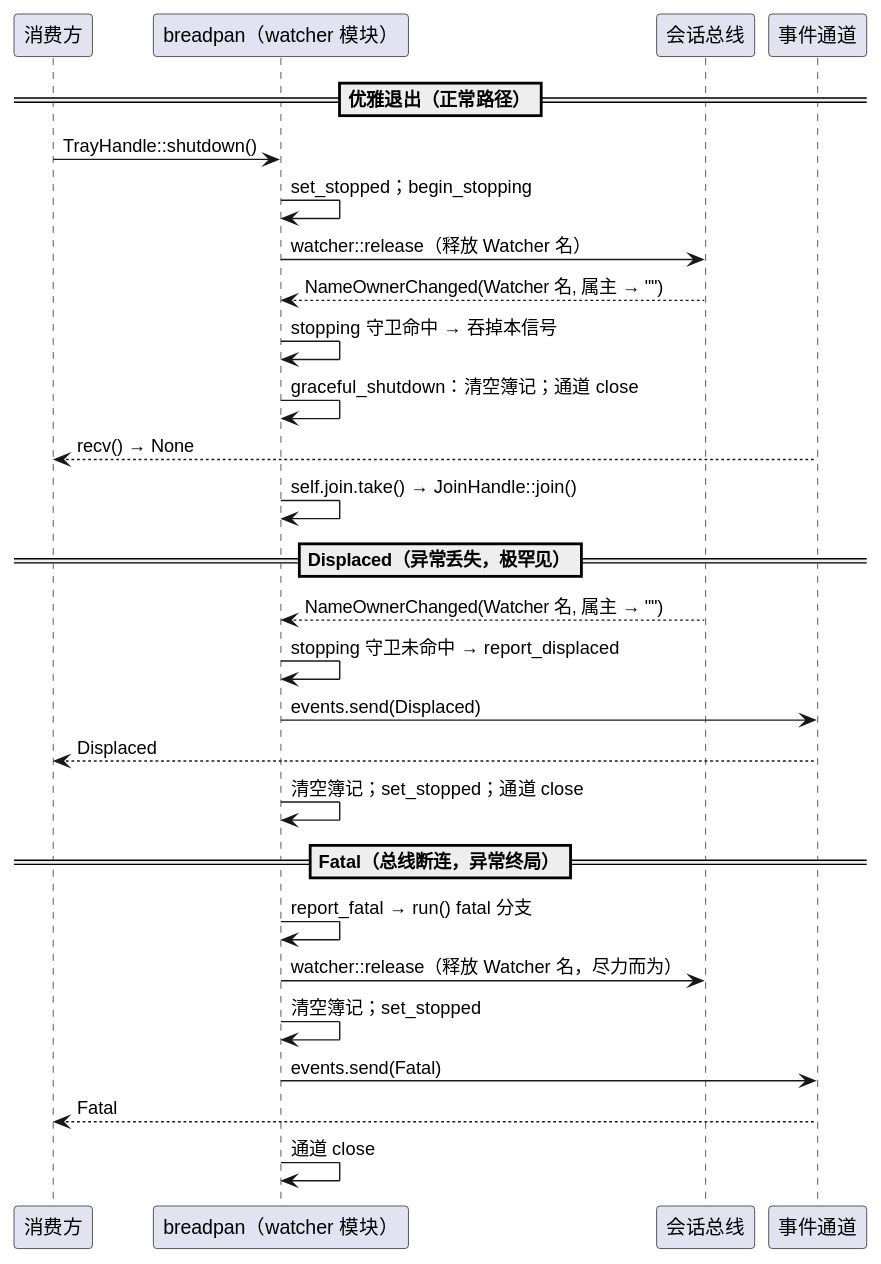
Earlier version of the PlantUML export breadpan/diagram/breadpan-stop.svg (54m43lJ/BreadKnife).
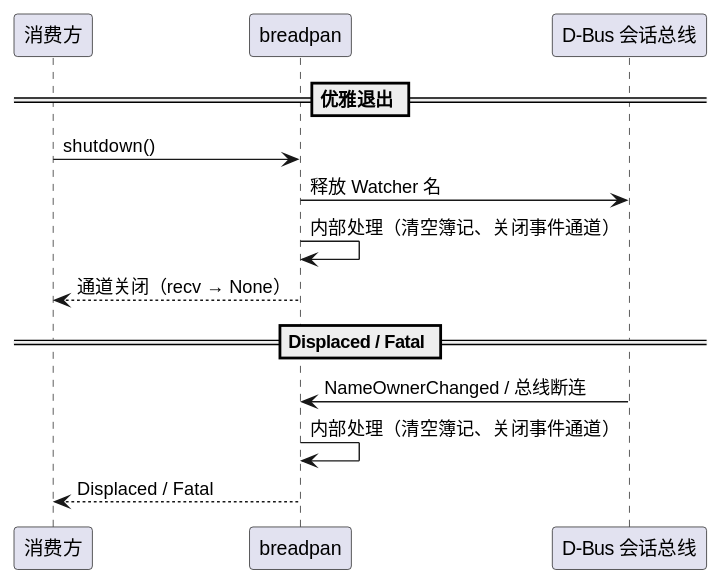
After the change.

The edit, as a diff of the source:
```diff
@@ -1,31 +1,16 @@
 @startuml
-participant "消费方" as app
-participant "breadpan（watcher 模块）" as bp
-participant "会话总线" as bus
-participant "事件通道" as ch
+participant 消费方
+participant breadpan
+participant "D-Bus 会话总线" as bus
 
-== 优雅退出（正常路径）==
-app -> bp: TrayHandle::shutdown()
-bp -> bp: set_stopped；begin_stopping
-bp -> bus: watcher::release（释放 Watcher 名）
-bus --> bp: NameOwnerChanged(Watcher 名, 属主 → "")
-bp -> bp: stopping 守卫命中 → 吞掉本信号
-bp -> bp: graceful_shutdown：清空簿记；通道 close
-ch --> app: recv() → None
-bp -> bp: self.join.take() → JoinHandle::join()
+== 优雅退出 ==
+消费方 -> breadpan: shutdown()
+breadpan -> bus: 释放 Watcher 名
+breadpan -> breadpan: 内部处理（清空簿记、关闭事件通道）
+breadpan --> 消费方: 通道关闭（recv → None）
 
-== Displaced（异常丢失，极罕见）==
-bus --> bp: NameOwnerChanged(Watcher 名, 属主 → "")
-bp -> bp: stopping 守卫未命中 → report_displaced
-bp -> ch: events.send(Displaced)
-ch --> app: Displaced
-bp -> bp: 清空簿记；set_stopped；通道 close
-
-== Fatal（总线断连，异常终局）==
-bp -> bp: report_fatal → run() fatal 分支
-bp -> bus: watcher::release（释放 Watcher 名，尽力而为）
-bp -> bp: 清空簿记；set_stopped
-bp -> ch: events.send(Fatal)
-ch --> app: Fatal
-bp -> bp: 通道 close
+== Displaced / Fatal ==
+bus -> breadpan: NameOwnerChanged / 总线断连
+breadpan -> breadpan: 内部处理（清空簿记、关闭事件通道）
+breadpan --> 消费方: Displaced / Fatal
 @enduml
```
